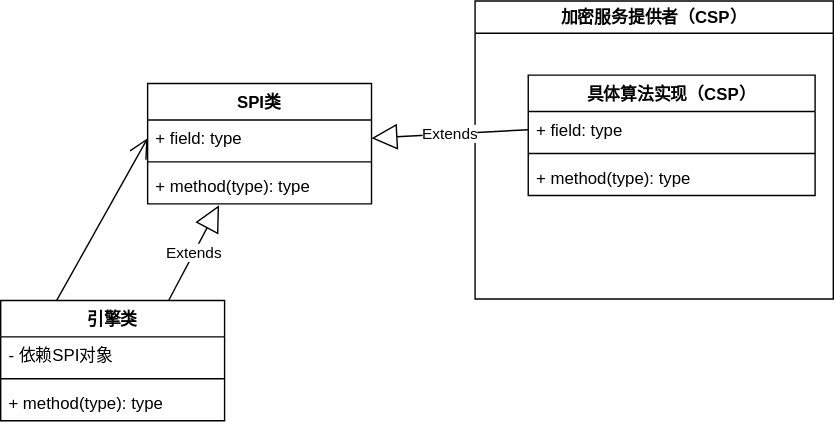
This is diagrams/jca/Java-Cryptography.svg from luguosong/images, a draw.io export, as it was before one commit. Source tidied: cells renumbered, new cells last; positions are measured from the earlier drawing's top-left corner, leaving out a move shared by most shapes.
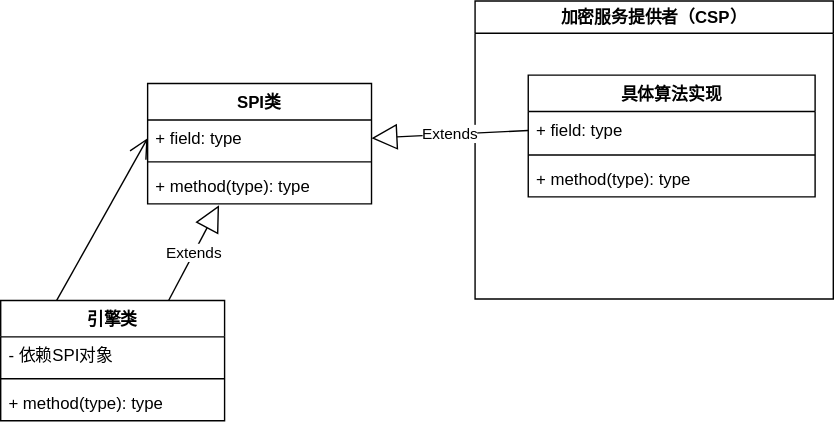
Later version of the same file.

Change to the diagram source:
```diff
@@ -32,17 +32,17 @@
     <mxCell id="11" value="加密服务提供者（CSP）" style="swimlane;whiteSpace=wrap;html=1;" parent="1" vertex="1">
       <mxGeometry x="339" width="256" height="213" as="geometry" />
     </mxCell>
-    <mxCell id="12" value="具体算法实现（CSP）" style="swimlane;fontStyle=1;align=center;verticalAlign=top;horizontal=1;startSize=26;whiteSpace=wrap;html=1;" parent="11" vertex="1">
-      <mxGeometry x="38" y="53" width="205" height="86" as="geometry" />
+    <mxCell id="12" value="具体算法实现" style="swimlane;fontStyle=1;align=center;verticalAlign=top;horizontal=1;startSize=26;whiteSpace=wrap;html=1;" parent="11" vertex="1">
+      <mxGeometry x="38" y="53" width="205" height="87" as="geometry" />
     </mxCell>
     <mxCell id="13" value="+ field: type" style="text;strokeColor=none;fillColor=none;align=left;verticalAlign=top;spacingLeft=4;spacingRight=4;overflow=hidden;points=[[0,0.5],[1,0.5]];portConstraint=eastwest;whiteSpace=wrap;html=1;" parent="12" vertex="1">
-      <mxGeometry y="26" width="205" height="26" as="geometry" />
+      <mxGeometry y="26" width="205" height="27" as="geometry" />
     </mxCell>
     <mxCell id="14" style="line;strokeWidth=1;fillColor=none;align=left;verticalAlign=middle;spacingTop=-1;spacingLeft=3;spacingRight=3;labelPosition=right;strokeColor=inherit;" parent="12" vertex="1">
-      <mxGeometry y="52" width="205" height="8" as="geometry" />
+      <mxGeometry y="53" width="205" height="8" as="geometry" />
     </mxCell>
     <mxCell id="15" value="+ method(type): type" style="text;strokeColor=none;fillColor=none;align=left;verticalAlign=top;spacingLeft=4;spacingRight=4;overflow=hidden;whiteSpace=wrap;html=1;" parent="12" vertex="1">
-      <mxGeometry y="60" width="205" height="26" as="geometry" />
+      <mxGeometry y="61" width="205" height="26" as="geometry" />
     </mxCell>
     <mxCell id="16" style="endArrow=open;endFill=1;endSize=12;html=1;rounded=0;exitX=0.25;exitY=0;exitDx=0;exitDy=0;entryX=0;entryY=0.5;entryDx=0;entryDy=0;" parent="1" edge="1" source="2" target="7">
       <mxGeometry relative="1" as="geometry" />
```
